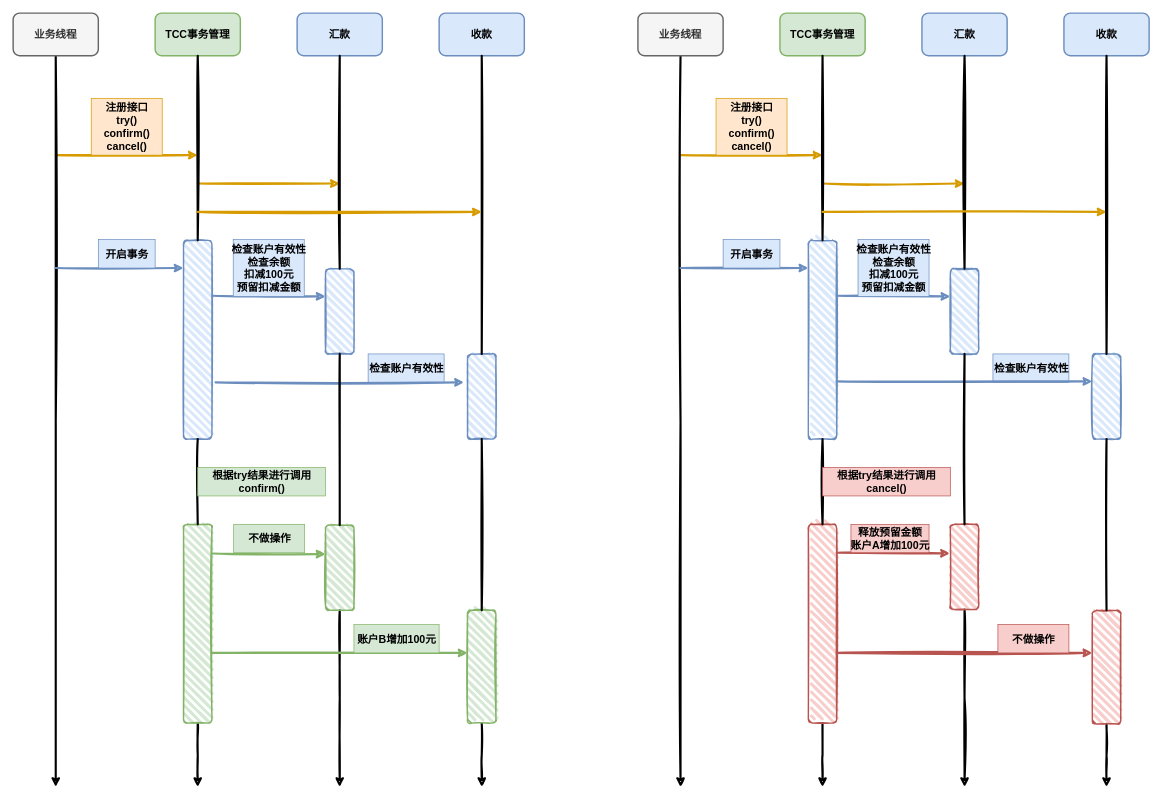
This is distributed/tcc-1.drawio from donscoco/diagrams, a draw.io file, before an edit. Source tidied: cells renumbered, new cells numbered last; positions are measured from the earlier drawing's top-left corner, leaving out a move shared by most shapes. Both pictures are drawn from the tidied source at 71%, with x=0, y=0 at pixel (13, 13).
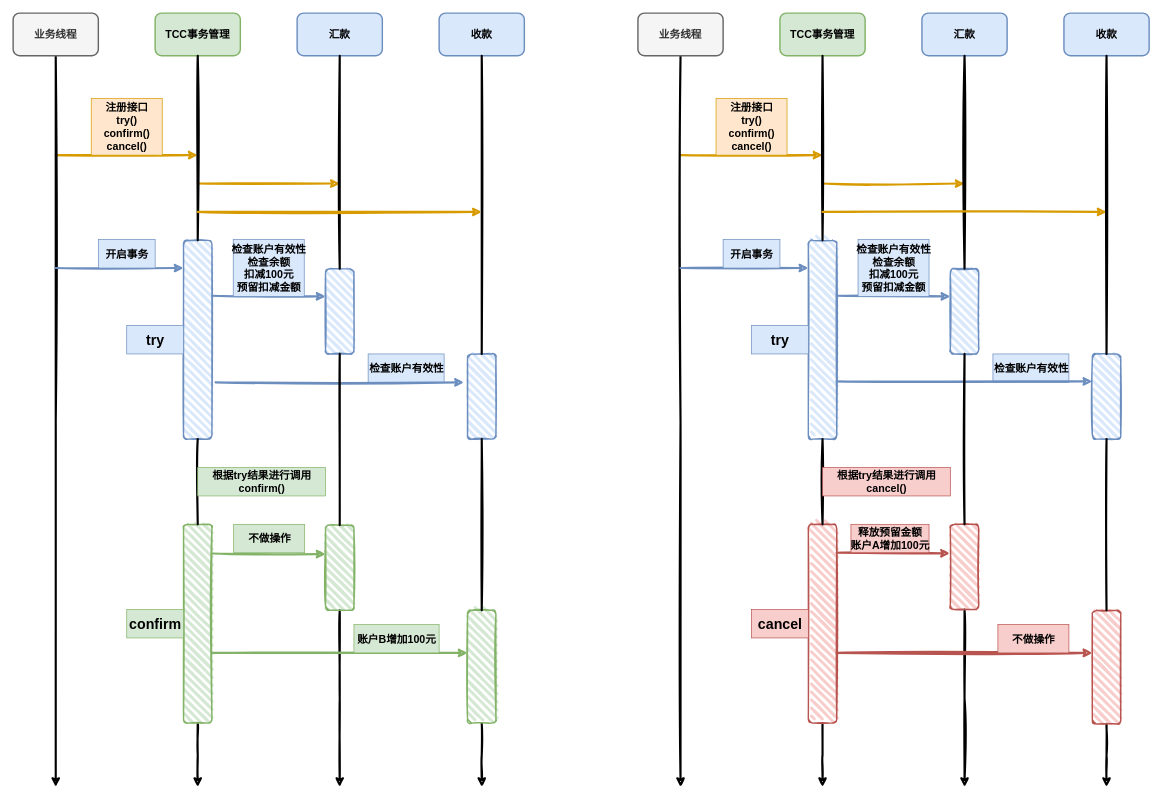
After the change.

The edit, as a diff of the source:
```diff
@@
+    <mxCell id="72" value="try" style="text;strokeColor=#6c8ebf;fillColor=#dae8fc;html=1;fontSize=20;fontStyle=1;verticalAlign=middle;align=center;sketch=0;" parent="1" vertex="1">
+      <mxGeometry x="160" y="440" width="80" height="40" as="geometry" />
+    </mxCell>
+    <mxCell id="73" value="confirm" style="text;strokeColor=#82b366;fillColor=#d5e8d4;html=1;fontSize=20;fontStyle=1;verticalAlign=middle;align=center;sketch=0;" parent="1" vertex="1">
+      <mxGeometry x="160" y="840" width="80" height="40" as="geometry" />
+    </mxCell>
+    <mxCell id="74" value="cancel" style="text;strokeColor=#b85450;fillColor=#f8cecc;html=1;fontSize=20;fontStyle=1;verticalAlign=middle;align=center;sketch=0;" parent="1" vertex="1">
+      <mxGeometry x="1040" y="840" width="80" height="40" as="geometry" />
+    </mxCell>
+    <mxCell id="75" value="try" style="text;strokeColor=#6c8ebf;fillColor=#dae8fc;html=1;fontSize=20;fontStyle=1;verticalAlign=middle;align=center;sketch=0;" parent="1" vertex="1">
+      <mxGeometry x="1040" y="440" width="80" height="40" as="geometry" />
+    </mxCell>
```
